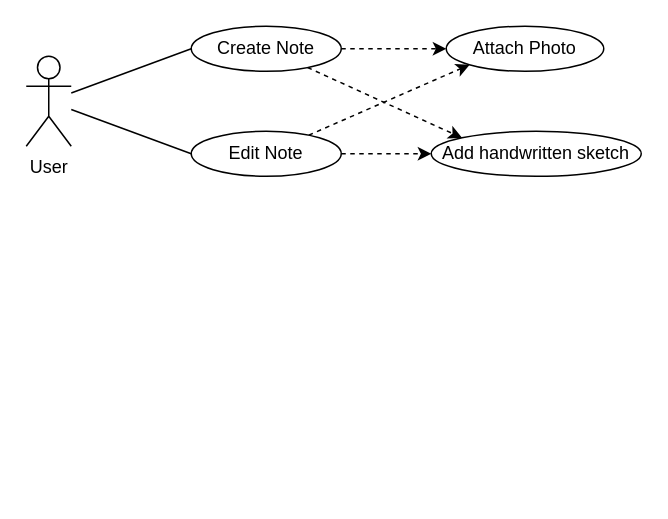
Earlier version of the draw.io diagram general/Use Case Diagram.drawio (SenthilKrishnan/Design). Source tidied: cells renumbered, new cells numbered last; positions are measured from the earlier drawing's top-left corner, leaving out a move shared by most shapes. Both pictures are drawn from the tidied source at 150%, with x=0, y=0 at pixel (26, 26).
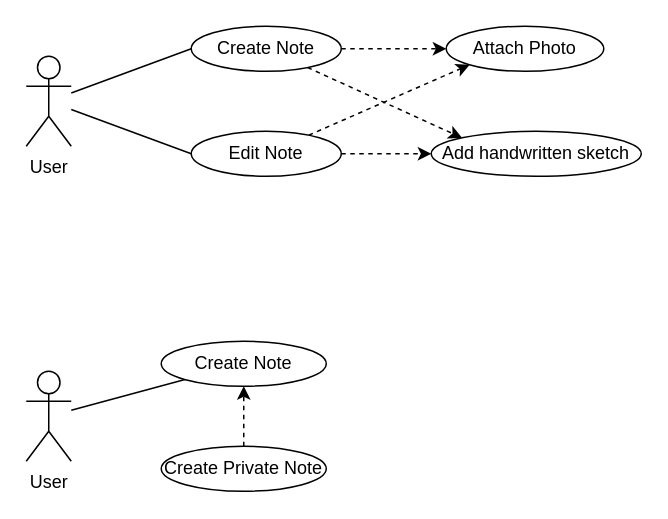
The same page after the edit.

The edit, as a diff of the source:
```diff
@@
 <mxGraphModel>
   <root>
     <mxCell id="0" />
     <mxCell id="1" parent="0" />
     <mxCell id="2" style="edgeStyle=none;rounded=0;jettySize=auto;html=1;entryX=0;entryY=0.5;entryDx=0;entryDy=0;endArrow=none;endFill=0;" parent="1" edge="1" source="4" target="7">
       <mxGeometry relative="1" as="geometry" />
     </mxCell>
     <mxCell id="3" style="edgeStyle=none;rounded=0;jettySize=auto;html=1;entryX=0;entryY=0.5;entryDx=0;entryDy=0;endArrow=none;endFill=0;" parent="1" edge="1" source="4" target="10">
       <mxGeometry relative="1" as="geometry" />
     </mxCell>
     <mxCell id="4" value="User" style="shape=umlActor;verticalLabelPosition=bottom;verticalAlign=top;html=1;" parent="1" vertex="1">
       <mxGeometry y="20" width="30" height="60" as="geometry" />
     </mxCell>
     <mxCell id="5" style="edgeStyle=none;rounded=0;jettySize=auto;html=1;entryX=0;entryY=0;entryDx=0;entryDy=0;dashed=1;" parent="1" edge="1" source="7" target="12">
       <mxGeometry relative="1" as="geometry" />
     </mxCell>
     <mxCell id="6" style="edgeStyle=none;rounded=0;jettySize=auto;html=1;dashed=1;startArrow=none;startFill=0;endArrow=classic;endFill=1;" parent="1" edge="1" source="7" target="11">
       <mxGeometry relative="1" as="geometry" />
     </mxCell>
     <mxCell id="7" value="Create Note" style="ellipse;whiteSpace=wrap;html=1;" parent="1" vertex="1">
       <mxGeometry x="110" width="100" height="30" as="geometry" />
     </mxCell>
     <mxCell id="8" style="edgeStyle=none;rounded=0;jettySize=auto;html=1;dashed=1;" parent="1" edge="1" source="10" target="12">
       <mxGeometry relative="1" as="geometry" />
     </mxCell>
     <mxCell id="9" style="edgeStyle=none;rounded=0;jettySize=auto;html=1;entryX=0;entryY=1;entryDx=0;entryDy=0;dashed=1;" parent="1" edge="1" source="10" target="11">
       <mxGeometry relative="1" as="geometry" />
     </mxCell>
     <mxCell id="10" value="Edit Note" style="ellipse;whiteSpace=wrap;html=1;" parent="1" vertex="1">
       <mxGeometry x="110" y="70" width="100" height="30" as="geometry" />
     </mxCell>
     <mxCell id="11" value="Attach Photo" style="ellipse;whiteSpace=wrap;html=1;" parent="1" vertex="1">
       <mxGeometry x="280" width="105" height="30" as="geometry" />
     </mxCell>
     <mxCell id="12" value="Add handwritten sketch" style="ellipse;whiteSpace=wrap;html=1;" parent="1" vertex="1">
       <mxGeometry x="270" y="70" width="140" height="30" as="geometry" />
     </mxCell>
+    <mxCell id="13" style="edgeStyle=none;rounded=0;jettySize=auto;html=1;startArrow=none;startFill=0;endArrow=none;endFill=0;" parent="1" edge="1" source="14" target="15">
+      <mxGeometry relative="1" as="geometry" />
+    </mxCell>
+    <mxCell id="14" value="User" style="shape=umlActor;verticalLabelPosition=bottom;verticalAlign=top;html=1;" parent="1" vertex="1">
+      <mxGeometry y="230" width="30" height="60" as="geometry" />
+    </mxCell>
+    <mxCell id="15" value="Create Note" style="ellipse;whiteSpace=wrap;html=1;" parent="1" vertex="1">
+      <mxGeometry x="90" y="210" width="110" height="30" as="geometry" />
+    </mxCell>
+    <mxCell id="16" style="edgeStyle=none;rounded=0;jettySize=auto;html=1;dashed=1;startArrow=none;startFill=0;endArrow=classic;endFill=1;" parent="1" edge="1" source="17" target="15">
+      <mxGeometry relative="1" as="geometry" />
+    </mxCell>
+    <mxCell id="17" value="Create Private Note" style="ellipse;whiteSpace=wrap;html=1;" parent="1" vertex="1">
+      <mxGeometry x="90" y="280" width="110" height="30" as="geometry" />
+    </mxCell>
   </root>
 </mxGraphModel>
```
